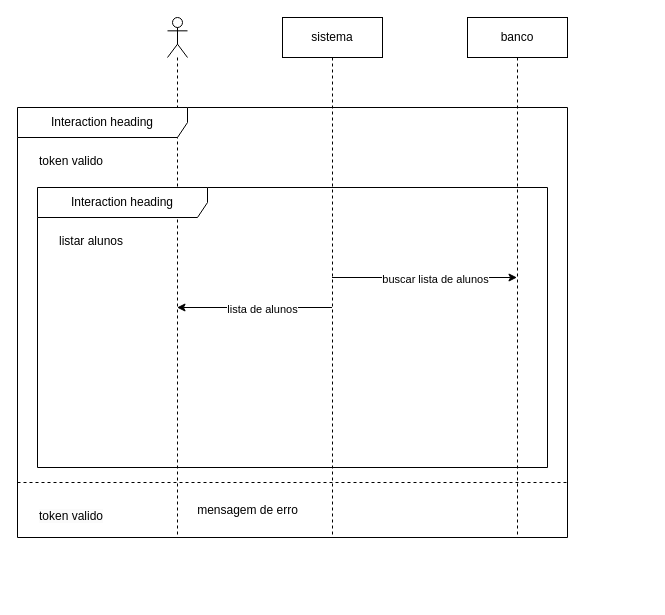
The draw.io diagram page "LISTAR ALUNO" (5 of 22) of diagramas/sequencias/login.drawio in antonysantos9/forja-sistema-escolar, before the edit. Source tidied: cells renumbered, new cells numbered last; positions are measured from the earlier drawing's top-left corner, leaving out a move shared by most shapes. Both pictures are drawn from the tidied source at 100%, with x=0, y=0 at pixel (17, 17).
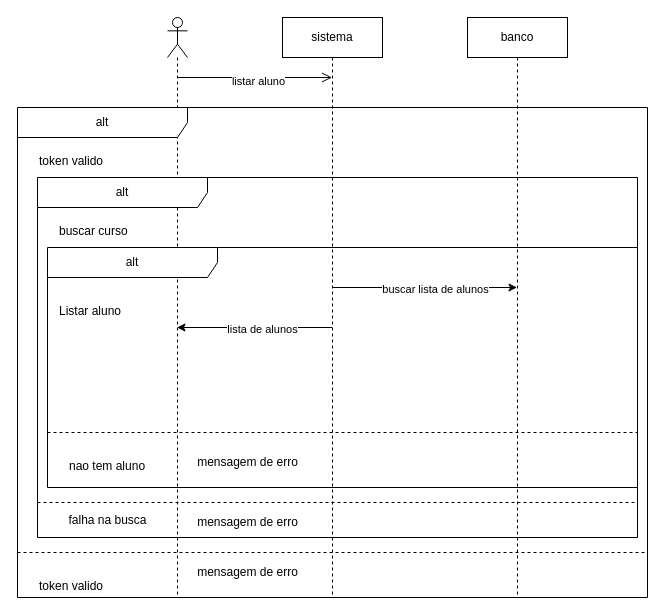
The same page after the edit.

Change to the diagram source:
```diff
@@
     <mxCell id="2" style="shape=umlLifeline;perimeter=lifelinePerimeter;whiteSpace=wrap;html=1;newEdgeStyle={&quot;curved&quot;:0,&quot;rounded&quot;:0};participant=umlActor;" parent="1" vertex="1">
-      <mxGeometry x="150" width="20" height="520" as="geometry" />
+      <mxGeometry x="150" width="20" height="580" as="geometry" />
     </mxCell>
     <mxCell id="3" value="sistema" style="shape=umlLifeline;perimeter=lifelinePerimeter;whiteSpace=wrap;html=1;outlineConnect=0;portConstraint=eastwest;newEdgeStyle={&quot;curved&quot;:0,&quot;rounded&quot;:0};" parent="1" vertex="1">
-      <mxGeometry x="265" width="100" height="520" as="geometry" />
+      <mxGeometry x="265" width="100" height="580" as="geometry" />
     </mxCell>
     <mxCell id="4" value="banco" style="shape=umlLifeline;perimeter=lifelinePerimeter;whiteSpace=wrap;html=1;outlineConnect=0;portConstraint=eastwest;newEdgeStyle={&quot;curved&quot;:0,&quot;rounded&quot;:0};" parent="1" vertex="1">
-      <mxGeometry x="450" width="100" height="520" as="geometry" />
+      <mxGeometry x="450" width="100" height="580" as="geometry" />
     </mxCell>
-    <mxCell id="5" value="Interaction heading" style="shape=umlFrame;whiteSpace=wrap;html=1;width=170;" parent="1" vertex="1">
-      <mxGeometry y="90" width="550" height="430" as="geometry" />
+    <mxCell id="5" value="alt" style="shape=umlFrame;whiteSpace=wrap;html=1;width=170;" parent="1" vertex="1">
+      <mxGeometry y="90" width="630" height="490" as="geometry" />
     </mxCell>
@@
-    <mxCell id="7" value="&lt;span style=&quot;color: rgb(0, 0, 0); white-space: nowrap; background-color: rgb(251, 251, 251);&quot;&gt;token valido&lt;/span&gt;" style="line;strokeWidth=1;dashed=1;labelPosition=center;verticalLabelPosition=bottom;align=left;verticalAlign=top;spacingLeft=20;spacingTop=15;html=1;whiteSpace=wrap;" parent="5" vertex="1">
-      <mxGeometry y="370" width="550" height="10" as="geometry" />
-    </mxCell>
-    <mxCell id="8" value="mensagem de erro" style="text;html=1;align=center;verticalAlign=middle;strokeColor=none;fillColor=none;" parent="1" vertex="1">
-      <mxGeometry x="170" y="478" width="120" height="30" as="geometry" />
-    </mxCell>
-    <mxCell id="9" value="Interaction heading" style="shape=umlFrame;whiteSpace=wrap;html=1;width=170;" parent="1" vertex="1">
-      <mxGeometry x="20" y="170" width="510" height="280" as="geometry" />
+    <mxCell id="9" value="alt" style="shape=umlFrame;whiteSpace=wrap;html=1;width=170;" parent="5" vertex="1">
+      <mxGeometry x="20" y="70" width="600" height="360" as="geometry" />
     </mxCell>
-    <mxCell id="10" value="listar alunos" style="text;html=1;" parent="9" vertex="1">
+    <mxCell id="10" value="buscar curso" style="text;html=1;" parent="9" vertex="1">
       <mxGeometry width="100" height="20" relative="1" as="geometry">
         <mxPoint x="20" y="40" as="offset" />
       </mxGeometry>
     </mxCell>
+    <mxCell id="15" value="alt" style="shape=umlFrame;whiteSpace=wrap;html=1;width=170;" parent="9" vertex="1">
+      <mxGeometry x="10" y="70" width="590" height="240" as="geometry" />
+    </mxCell>
+    <mxCell id="16" value="Listar aluno" style="text;html=1;" parent="15" vertex="1">
+      <mxGeometry width="100" height="20" relative="1" as="geometry">
+        <mxPoint x="10" y="50" as="offset" />
+      </mxGeometry>
+    </mxCell>
+    <mxCell id="17" value="nao tem aluno" style="line;strokeWidth=1;dashed=1;labelPosition=center;verticalLabelPosition=bottom;align=left;verticalAlign=top;spacingLeft=20;spacingTop=15;html=1;whiteSpace=wrap;" parent="15" vertex="1">
+      <mxGeometry y="180" width="590" height="10" as="geometry" />
+    </mxCell>
-    <mxCell id="11" style="edgeStyle=none;html=1;curved=0;rounded=0;" parent="9" edge="1">
+    <mxCell id="11" style="edgeStyle=none;html=1;curved=0;rounded=0;" parent="15" edge="1">
       <mxGeometry relative="1" as="geometry">
-        <mxPoint x="294.5" y="120" as="sourcePoint" />
-        <mxPoint x="139.5" y="120" as="targetPoint" />
+        <mxPoint x="284.5" y="80" as="sourcePoint" />
+        <mxPoint x="129.5" y="80" as="targetPoint" />
       </mxGeometry>
     </mxCell>
@@
-    <mxCell id="13" style="edgeStyle=none;html=1;curved=0;rounded=0;" parent="1" edge="1" source="3" target="4">
-      <mxGeometry relative="1" as="geometry" />
+    <mxCell id="13" style="edgeStyle=none;html=1;curved=0;rounded=0;" parent="15" edge="1">
+      <mxGeometry relative="1" as="geometry">
+        <mxPoint x="284.5" y="40" as="sourcePoint" />
+        <mxPoint x="469.5" y="40" as="targetPoint" />
+      </mxGeometry>
     </mxCell>
@@
+    <mxCell id="18" value="mensagem de erro" style="text;html=1;align=center;verticalAlign=middle;strokeColor=none;fillColor=none;" parent="15" vertex="1">
+      <mxGeometry x="140" y="200" width="120" height="30" as="geometry" />
+    </mxCell>
+    <mxCell id="19" style="line;strokeWidth=1;dashed=1;labelPosition=center;verticalLabelPosition=bottom;align=left;verticalAlign=top;spacingLeft=20;spacingTop=15;html=1;whiteSpace=wrap;" parent="9" vertex="1">
+      <mxGeometry y="320" width="600" height="10" as="geometry" />
+    </mxCell>
+    <mxCell id="20" value="mensagem de erro" style="text;html=1;align=center;verticalAlign=middle;strokeColor=none;fillColor=none;" parent="9" vertex="1">
+      <mxGeometry x="150" y="330" width="120" height="30" as="geometry" />
+    </mxCell>
+    <mxCell id="7" value="&lt;span style=&quot;color: rgb(0, 0, 0); white-space: nowrap; background-color: rgb(251, 251, 251);&quot;&gt;token valido&lt;/span&gt;" style="line;strokeWidth=1;dashed=1;labelPosition=center;verticalLabelPosition=bottom;align=left;verticalAlign=top;spacingLeft=20;spacingTop=15;html=1;whiteSpace=wrap;" parent="5" vertex="1">
+      <mxGeometry y="440" width="630" height="10" as="geometry" />
+    </mxCell>
+    <mxCell id="8" value="mensagem de erro" style="text;html=1;align=center;verticalAlign=middle;strokeColor=none;fillColor=none;" parent="5" vertex="1">
+      <mxGeometry x="170" y="450" width="120" height="30" as="geometry" />
+    </mxCell>
+    <mxCell id="21" value="falha na busca" style="text;html=1;align=center;verticalAlign=middle;strokeColor=none;fillColor=none;" parent="1" vertex="1">
+      <mxGeometry x="40" y="488" width="100" height="30" as="geometry" />
+    </mxCell>
+    <mxCell id="22" style="endArrow=open;startArrow=none;endFill=0;startFill=0;endSize=8;html=1;verticalAlign=bottom;labelBackgroundColor=none;strokeWidth=1;" parent="1" edge="1" target="3">
+      <mxGeometry relative="1" as="geometry">
+        <mxPoint x="160" y="60" as="sourcePoint" />
+      </mxGeometry>
+    </mxCell>
+    <mxCell id="23" value="listar aluno" style="edgeLabel;html=1;align=center;verticalAlign=middle;" parent="22" vertex="1">
+      <mxGeometry x="0.04" y="-3" relative="1" as="geometry" />
+    </mxCell>
```
